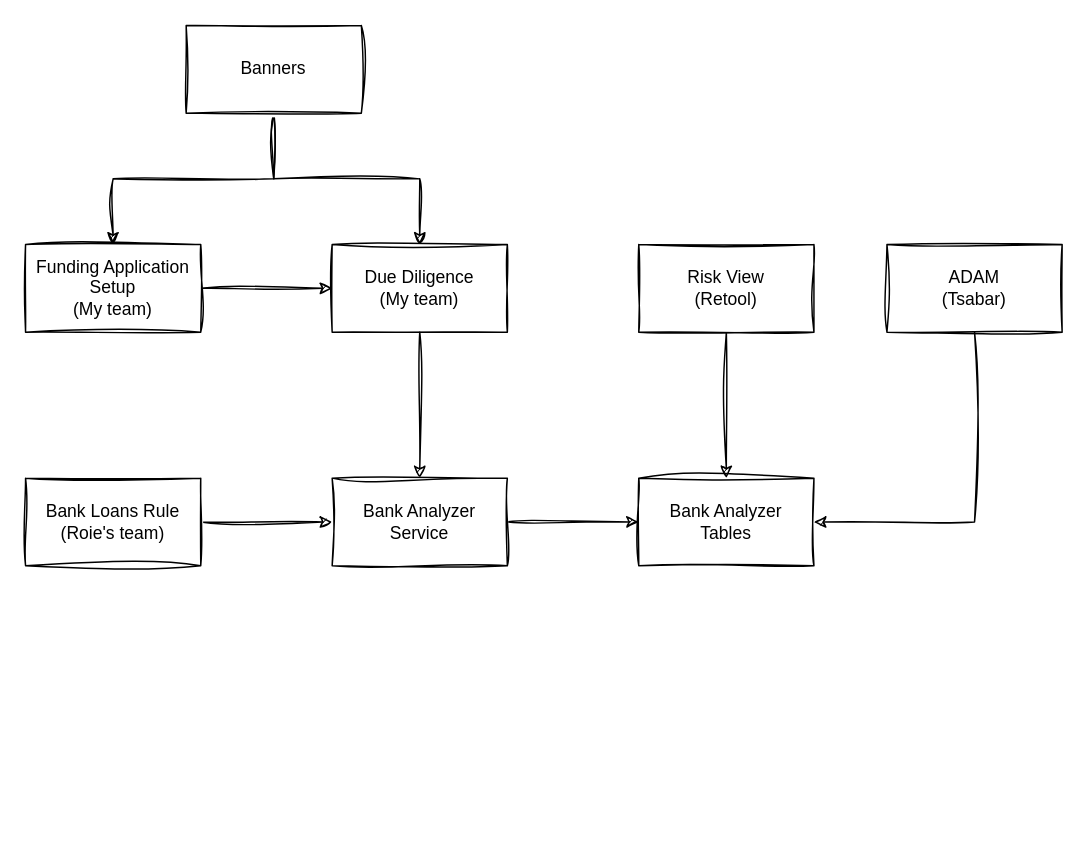
This is drawings/Bank Analyzer's connections.drawio from saharki/draw.io, a draw.io file, before an edit. Source tidied: cells renumbered, new cells numbered last; positions are measured from the earlier drawing's top-left corner, leaving out a move shared by most shapes. Both pictures are drawn from the tidied source at 146%, with x=0, y=0 at pixel (25, 25).
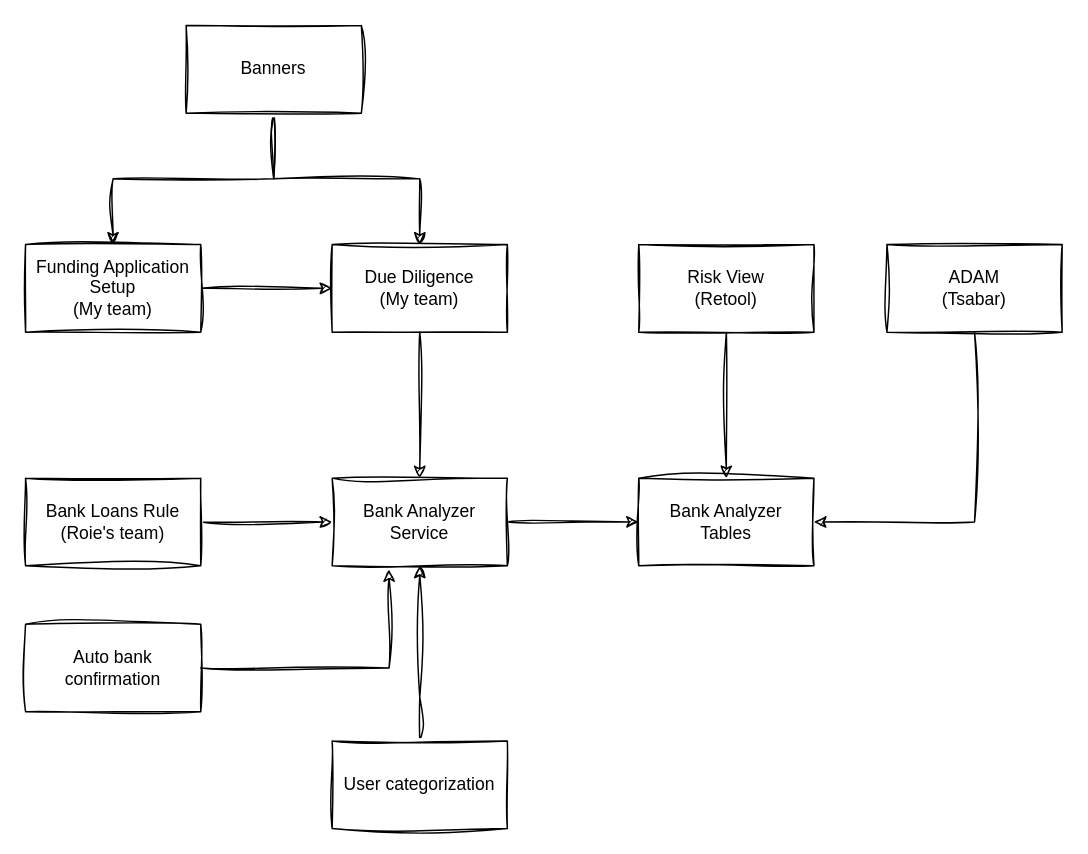
The same diagram, later.

The change refers to these unchanged cells:
```xml
<mxCell id="6" value="Bank Analyzer Service" style="rounded=0;whiteSpace=wrap;html=1;sketch=1;hachureGap=4;jiggle=2;curveFitting=1;" parent="1" vertex="1">
  <mxGeometry x="210" y="310" width="120" height="60" as="geometry" />
</mxCell>
```

Change to the diagram source:
```diff
@@
+    <mxCell id="18" value="Auto bank confirmation" style="rounded=0;whiteSpace=wrap;html=1;sketch=1;hachureGap=4;jiggle=2;curveFitting=1;" parent="1" vertex="1">
+      <mxGeometry y="410" width="120" height="60" as="geometry" />
+    </mxCell>
+    <mxCell id="19" style="edgeStyle=orthogonalEdgeStyle;rounded=0;sketch=1;hachureGap=4;jiggle=2;curveFitting=1;jettySize=auto;html=1;entryX=0.325;entryY=1.042;entryDx=0;entryDy=0;entryPerimeter=0;" parent="1" edge="1" source="18" target="6">
+      <mxGeometry relative="1" as="geometry" />
+    </mxCell>
+    <mxCell id="20" style="edgeStyle=orthogonalEdgeStyle;rounded=0;sketch=1;hachureGap=4;jiggle=2;curveFitting=1;jettySize=auto;html=1;" parent="1" edge="1" source="21" target="6">
+      <mxGeometry relative="1" as="geometry">
+        <Array as="points">
+          <mxPoint x="270" y="460" />
+          <mxPoint x="270" y="460" />
+        </Array>
+      </mxGeometry>
+    </mxCell>
+    <mxCell id="21" value="User categorization" style="rounded=0;whiteSpace=wrap;html=1;sketch=1;hachureGap=4;jiggle=2;curveFitting=1;" parent="1" vertex="1">
+      <mxGeometry x="210" y="490" width="120" height="60" as="geometry" />
+    </mxCell>
```
